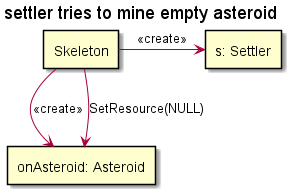
The PlantUML diagram uml/plantuml/out/settler tries to mine empty asteroid/settler tries to mine empty asteroid init/settler tries to mine empty asteroid.png in triszt4n/projlab_holy_oil, before a commit.
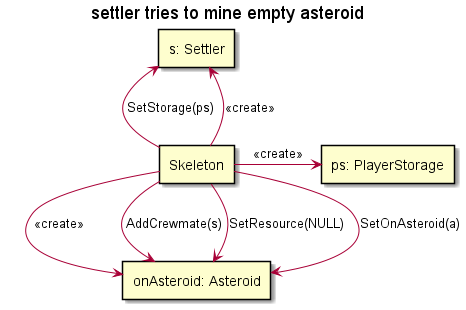
The same diagram one commit later.

The edit, as a diff of the source:
```diff
@@ -7,10 +7,15 @@
 rectangle "s: Settler" as settler
 rectangle "onAsteroid: Asteroid" as onAsteroid
 rectangle "Skeleton" as skeleton
+rectangle "ps: PlayerStorage" as storage
 
 skeleton->settler : <<create>>
 skeleton->onAsteroid: <<create>>
+skeleton->storage: <<create>>
 
 skeleton-down->onAsteroid: SetResource(NULL)
+skeleton->onAsteroid: AddCrewmate(s)
+skeleton-down->onAsteroid: SetOnAsteroid(a)
+skeleton-up->settler: SetStorage(ps)
 
 @endulm
```
